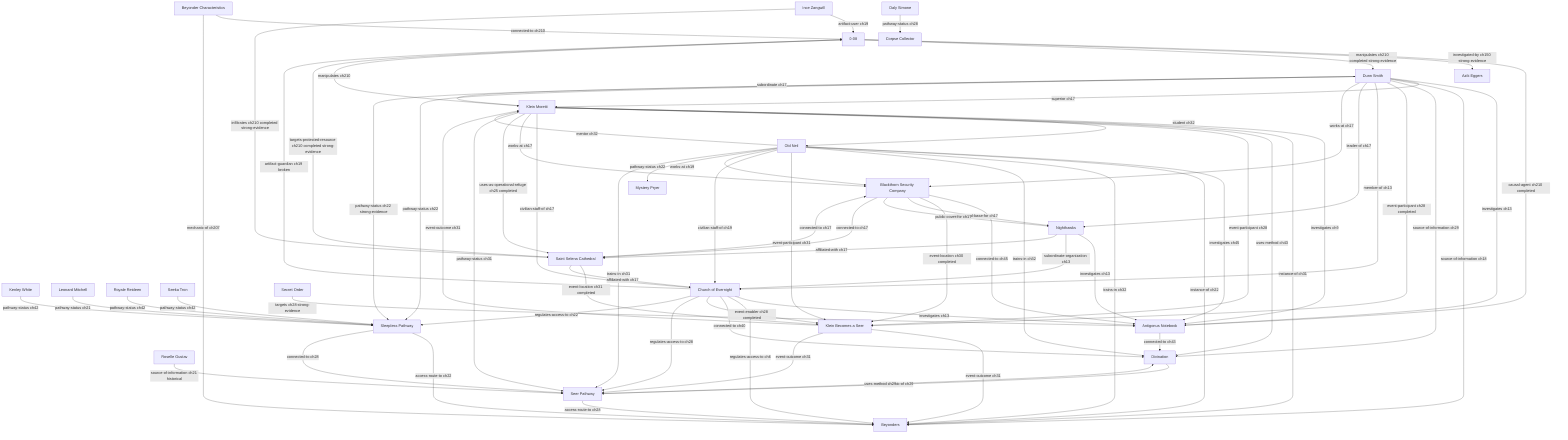
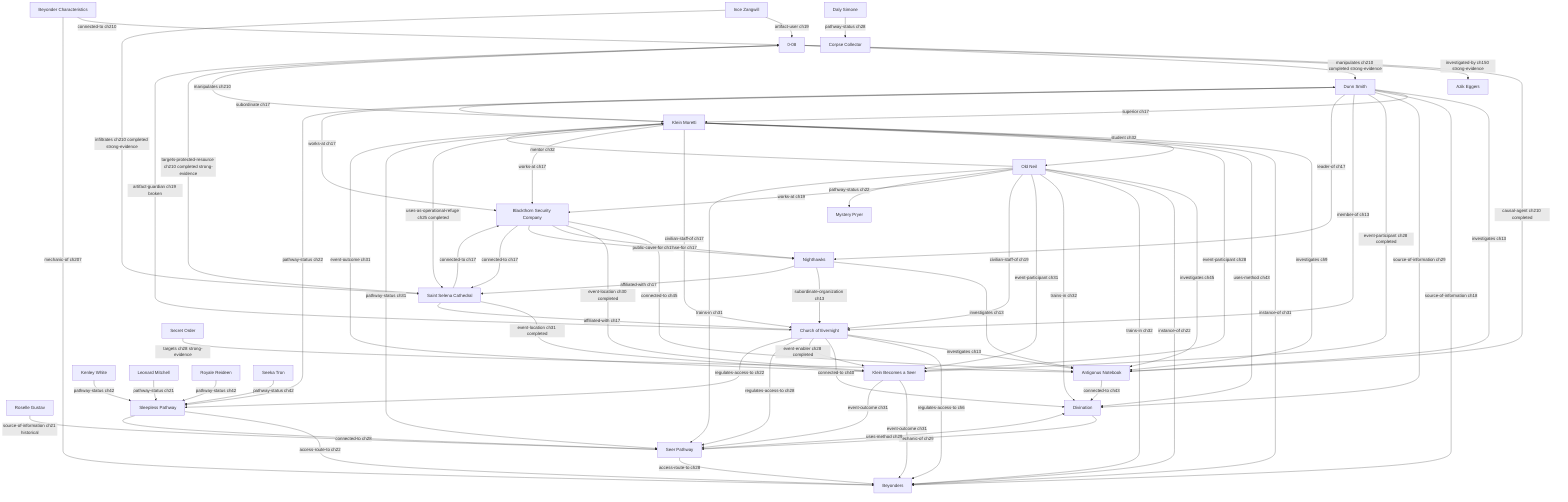
﻿graph TD
  artifact_0_08["0-08"]
  artifact_antigonus_notebook["Antigonus Notebook"]
  character_azik_eggers["Azik Eggers"]
  character_daly_simone["Daly Simone"]
  character_dunn_smith["Dunn Smith"]
  character_ince_zangwill["Ince Zangwill"]
  character_kenley_white["Kenley White"]
  character_klein_moretti["Klein Moretti"]
  character_leonard_mitchell["Leonard Mitchell"]
  character_old_neil["Old Neil"]
  character_roselle_gustav["Roselle Gustav"]
  character_royale_reideen["Royale Reideen"]
  character_seeka_tron["Seeka Tron"]
  concept_beyonder_characteristics["Beyonder Characteristics"]
  concept_beyonders["Beyonders"]
  concept_divination["Divination"]
  event_klein_becomes_a_seer["Klein Becomes a Seer"]
  faction_church_of_evernight["Church of Evernight"]
  faction_nighthawks["Nighthawks"]
  faction_secret_order["Secret Order"]
  location_blackthorn_security_company["Blackthorn Security Company"]
  location_saint_selena_cathedral["Saint Selena Cathedral"]
  pathway_corpse_collector["Corpse Collector"]
  pathway_mystery_pryer["Mystery Pryer"]
  pathway_seer["Seer Pathway"]
  pathway_sleepless["Sleepless Pathway"]

  artifact_0_08 -->|causal-agent ch210 completed| artifact_antigonus_notebook
  artifact_0_08 -->|investigated-by ch150 strong-evidence| character_azik_eggers
  artifact_0_08 -->|manipulates ch210 completed strong-evidence| character_dunn_smith
  artifact_0_08 -->|manipulates ch210| character_klein_moretti
  artifact_0_08 -->|targets-protected-resource ch210 completed strong-evidence| location_saint_selena_cathedral
  artifact_antigonus_notebook -->|connected-to ch43| concept_divination
  character_daly_simone -->|pathway-status ch28| pathway_corpse_collector
  character_dunn_smith -->|investigates ch13| artifact_antigonus_notebook
  character_dunn_smith -->|superior ch17| character_klein_moretti
  character_dunn_smith -->|source-of-information ch18| concept_beyonders
  character_dunn_smith -->|source-of-information ch29| concept_divination
  character_dunn_smith -->|event-participant ch28 completed| event_klein_becomes_a_seer
  character_dunn_smith -->|member-of ch13| faction_church_of_evernight
  character_dunn_smith -->|leader-of ch17| faction_nighthawks
  character_dunn_smith -->|works-at ch17| location_blackthorn_security_company
  character_dunn_smith -->|pathway-status ch22| pathway_sleepless
-   character_dunn_smith -->|pathway-status ch22 strong-evidence| pathway_sleepless
  character_ince_zangwill -->|artifact-user ch19| artifact_0_08
  character_ince_zangwill -->|infiltrates ch210 completed strong-evidence| location_saint_selena_cathedral
  character_kenley_white -->|pathway-status ch42| pathway_sleepless
  character_klein_moretti -->|investigates ch9| artifact_antigonus_notebook
  character_klein_moretti -->|subordinate ch17| character_dunn_smith
  character_klein_moretti -->|student ch32| character_old_neil
  character_klein_moretti -->|instance-of ch31| concept_beyonders
  character_klein_moretti -->|uses-method ch43| concept_divination
  character_klein_moretti -->|event-participant ch28| event_klein_becomes_a_seer
  character_klein_moretti -->|civilian-staff-of ch17| faction_church_of_evernight
  character_klein_moretti -->|works-at ch17| location_blackthorn_security_company
  character_klein_moretti -->|uses-as-operational-refuge ch25 completed| location_saint_selena_cathedral
  character_klein_moretti -->|pathway-status ch31| pathway_seer
  character_leonard_mitchell -->|pathway-status ch21| pathway_sleepless
  character_old_neil -->|investigates ch45| artifact_antigonus_notebook
  character_old_neil -->|mentor ch32| character_klein_moretti
  character_old_neil -->|instance-of ch22| concept_beyonders
  character_old_neil -->|trains-in ch32| concept_beyonders
  character_old_neil -->|trains-in ch32| concept_divination
  character_old_neil -->|event-participant ch31| event_klein_becomes_a_seer
  character_old_neil -->|civilian-staff-of ch19| faction_church_of_evernight
  character_old_neil -->|works-at ch19| location_blackthorn_security_company
  character_old_neil -->|pathway-status ch22| pathway_mystery_pryer
  character_old_neil -->|trains-in ch31| pathway_seer
  character_roselle_gustav -->|source-of-information ch21 historical| pathway_seer
  character_royale_reideen -->|pathway-status ch42| pathway_sleepless
  character_seeka_tron -->|pathway-status ch42| pathway_sleepless
  concept_beyonder_characteristics -->|connected-to ch210| artifact_0_08
  concept_beyonder_characteristics -->|mechanic-of ch207| concept_beyonders
  concept_divination -->|mechanic-of ch29| pathway_seer
  event_klein_becomes_a_seer -->|event-outcome ch31| character_klein_moretti
  event_klein_becomes_a_seer -->|event-outcome ch31| concept_beyonders
  event_klein_becomes_a_seer -->|event-outcome ch31| pathway_seer
  faction_church_of_evernight -->|artifact-guardian ch19 broken| artifact_0_08
  faction_church_of_evernight -->|investigates ch13| artifact_antigonus_notebook
  faction_church_of_evernight -->|regulates-access-to ch6| concept_beyonders
  faction_church_of_evernight -->|connected-to ch40| concept_divination
  faction_church_of_evernight -->|event-enabler ch28 completed| event_klein_becomes_a_seer
  faction_church_of_evernight -->|regulates-access-to ch28| pathway_seer
  faction_church_of_evernight -->|regulates-access-to ch22| pathway_sleepless
  faction_nighthawks -->|investigates ch13| artifact_antigonus_notebook
  faction_nighthawks -->|subordinate-organization ch13| faction_church_of_evernight
  faction_nighthawks -->|affiliated-with ch17| location_saint_selena_cathedral
  faction_secret_order -->|targets ch28 strong-evidence| artifact_antigonus_notebook
  location_blackthorn_security_company -->|connected-to ch45| artifact_antigonus_notebook
  location_blackthorn_security_company -->|event-location ch30 completed| event_klein_becomes_a_seer
  location_blackthorn_security_company -->|operational-base-for ch17| faction_nighthawks
  location_blackthorn_security_company -->|public-cover-for ch17| faction_nighthawks
  location_blackthorn_security_company -->|connected-to ch17| location_saint_selena_cathedral
  location_saint_selena_cathedral -->|event-location ch31 completed| event_klein_becomes_a_seer
  location_saint_selena_cathedral -->|affiliated-with ch17| faction_church_of_evernight
  location_saint_selena_cathedral -->|connected-to ch17| location_blackthorn_security_company
  pathway_seer -->|access-route-to ch28| concept_beyonders
  pathway_seer -->|uses-method ch29| concept_divination
  pathway_sleepless -->|access-route-to ch22| concept_beyonders
  pathway_sleepless -->|connected-to ch28| pathway_seer
